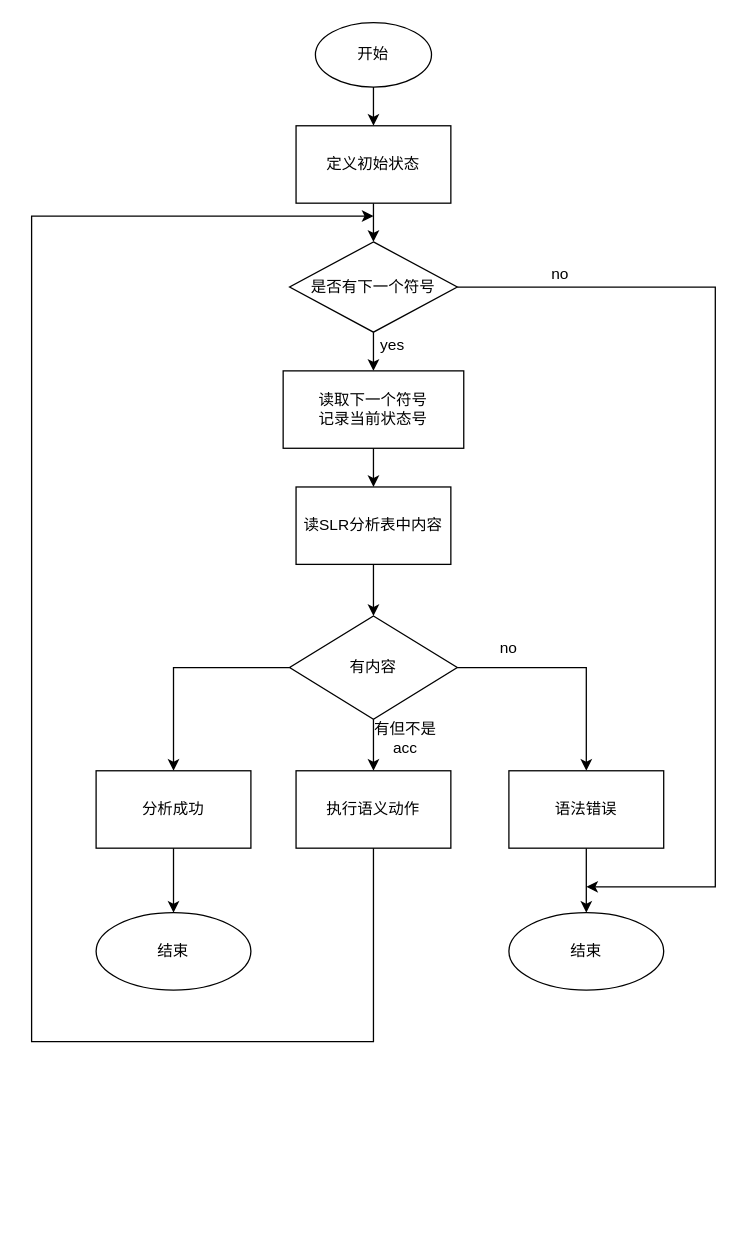
Earlier version of the draw.io diagram Untitled Diagram.drawio (cauchy-max/my-room). Source tidied: cells renumbered, new cells numbered last; positions are measured from the earlier drawing's top-left corner, leaving out a move shared by most shapes. Both pictures are drawn from the tidied source at 129%, with x=0, y=0 at pixel (31, 22).
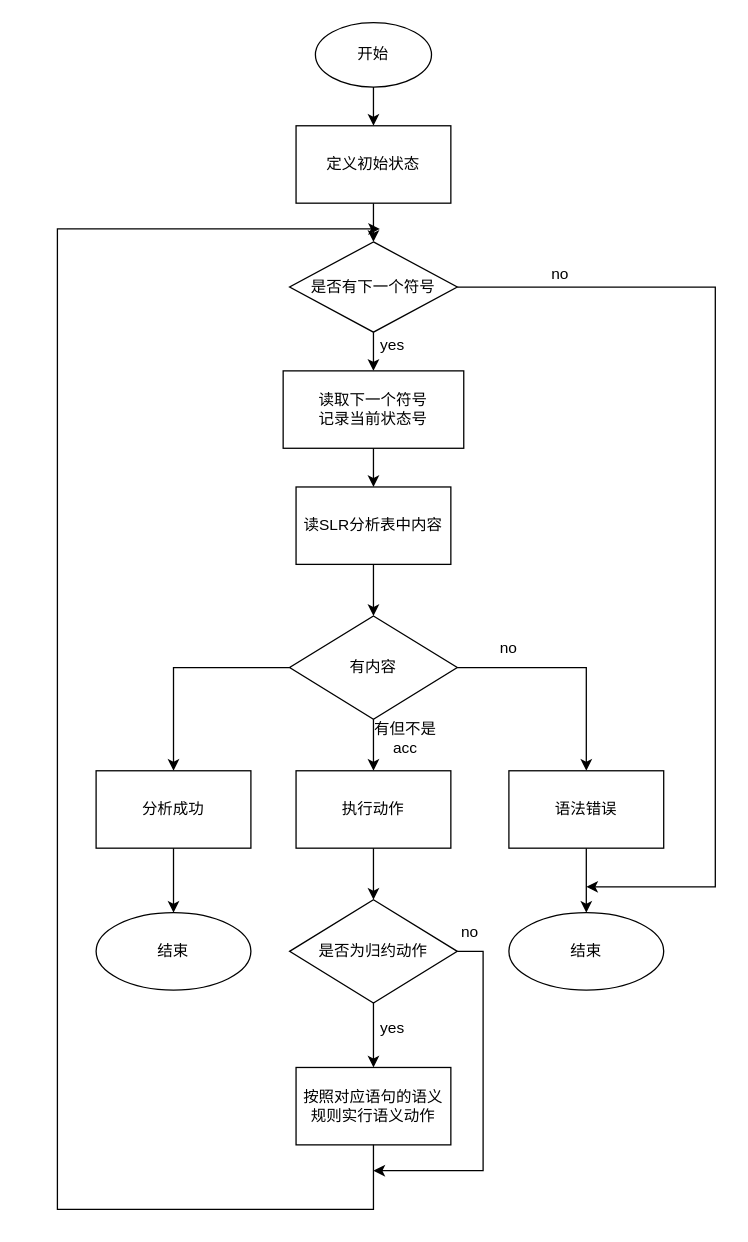
Above is the later version.

Change to the diagram source:
```diff
@@
+    <mxCell id="29" style="edgeStyle=orthogonalEdgeStyle;rounded=0;jettySize=auto;html=1;" parent="1" edge="1" source="18" target="31">
+      <mxGeometry relative="1" as="geometry" />
+    </mxCell>
-    <mxCell id="18" value="执行语义动作" style="whiteSpace=wrap;html=1;" parent="1" vertex="1">
+    <mxCell id="18" value="执行动作" style="whiteSpace=wrap;html=1;" parent="1" vertex="1">
       <mxGeometry x="205" y="580" width="120" height="60" as="geometry" />
     </mxCell>
@@
-    <mxCell id="26" style="endArrow=classic;html=1;rounded=0;exitX=0.5;exitY=1;exitDx=0;exitDy=0;" parent="1" edge="1" source="18">
-      <mxGeometry relative="1" as="geometry">
-        <mxPoint x="265" y="150" as="targetPoint" />
-        <Array as="points">
-          <mxPoint x="265" y="790" />
-          <mxPoint y="790" />
-          <mxPoint y="150" />
-        </Array>
-      </mxGeometry>
-    </mxCell>
@@
+    <mxCell id="30" style="edgeStyle=orthogonalEdgeStyle;rounded=0;jettySize=auto;html=1;" parent="1" edge="1" source="31" target="32">
+      <mxGeometry relative="1" as="geometry" />
+    </mxCell>
+    <mxCell id="31" value="是否为归约动作" style="rhombus;whiteSpace=wrap;html=1;" parent="1" vertex="1">
+      <mxGeometry x="200" y="680" width="130" height="80" as="geometry" />
+    </mxCell>
+    <mxCell id="32" value="按照对应语句的语义规则实行语义动作" style="whiteSpace=wrap;html=1;" parent="1" vertex="1">
+      <mxGeometry x="205" y="810" width="120" height="60" as="geometry" />
+    </mxCell>
+    <mxCell id="33" value="yes" style="text;html=1;strokeColor=none;fillColor=none;align=center;verticalAlign=middle;whiteSpace=wrap;rounded=0;" parent="1" vertex="1">
+      <mxGeometry x="250" y="760" width="60" height="40" as="geometry" />
+    </mxCell>
+    <mxCell id="34" style="endArrow=classic;html=1;rounded=0;exitX=0.5;exitY=1;exitDx=0;exitDy=0;" parent="1" edge="1" source="32">
+      <mxGeometry relative="1" as="geometry">
+        <mxPoint x="270" y="160" as="targetPoint" />
+        <Array as="points">
+          <mxPoint x="265" y="920" />
+          <mxPoint x="20" y="920" />
+          <mxPoint x="20" y="160" />
+        </Array>
+      </mxGeometry>
+    </mxCell>
+    <mxCell id="35" style="endArrow=classic;html=1;rounded=0;exitX=1;exitY=0.5;exitDx=0;exitDy=0;" parent="1" edge="1" source="31">
+      <mxGeometry relative="1" as="geometry">
+        <mxPoint x="265" y="890" as="targetPoint" />
+        <Array as="points">
+          <mxPoint x="350" y="720" />
+          <mxPoint x="350" y="890" />
+        </Array>
+      </mxGeometry>
+    </mxCell>
+    <mxCell id="36" value="no" style="text;html=1;strokeColor=none;fillColor=none;align=center;verticalAlign=middle;whiteSpace=wrap;rounded=0;" parent="1" vertex="1">
+      <mxGeometry x="310" y="690" width="60" height="30" as="geometry" />
+    </mxCell>
```
